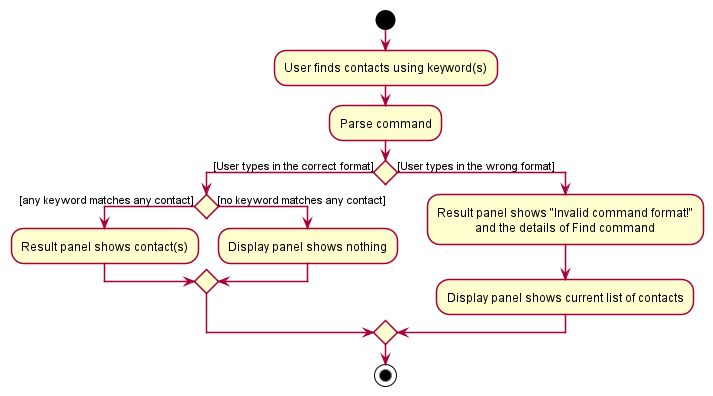
nus-cs2103-AY2122S1/tp keeps this PlantUML diagram as docs/images/FindActivityDiagram.png. Above is the earlier version. The source it was exported from:
```plantuml
@startuml
!include style.puml

start
:User finds contacts using keyword(s);
:Parse command;
if () then ([User types in the correct format])
    if () then ([any keyword matches any contact])
      :Result panel shows contact(s);
    else ([no keyword matches any contact])
        :Display panel shows nothing;
    endif
else ([User types in the wrong format])
    :Result panel shows "Invalid command format!"
    and the details of Find command;
    :Display panel shows current list of contacts;
endif
stop

@enduml
```
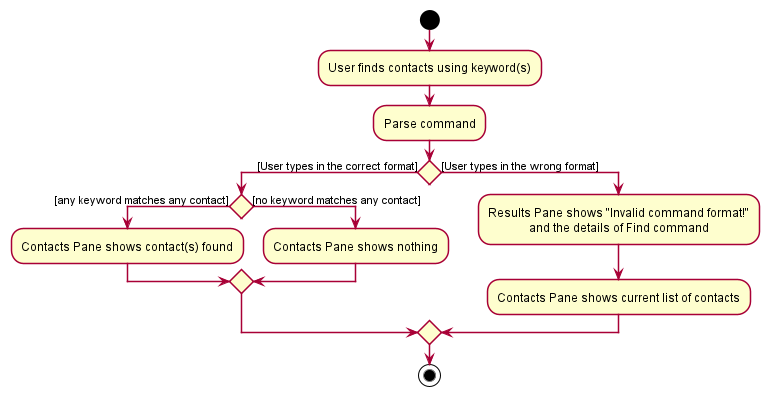
The same file after the commit.

Commit message:
Update diagrams of Find and Sort commands, add instructions for manual testing, add use cases

Diff of the diagram source:
```diff
@@ -6,14 +6,14 @@
 :Parse command;
 if () then ([User types in the correct format])
     if () then ([any keyword matches any contact])
-      :Result panel shows contact(s);
+      :Contacts Pane shows contact(s) found;
     else ([no keyword matches any contact])
-        :Display panel shows nothing;
+        :Contacts Pane shows nothing;
     endif
 else ([User types in the wrong format])
-    :Result panel shows "Invalid command format!"
+    :Results Pane shows "Invalid command format!"
     and the details of Find command;
-    :Display panel shows current list of contacts;
+    :Contacts Pane shows current list of contacts;
 endif
 stop
 
```
